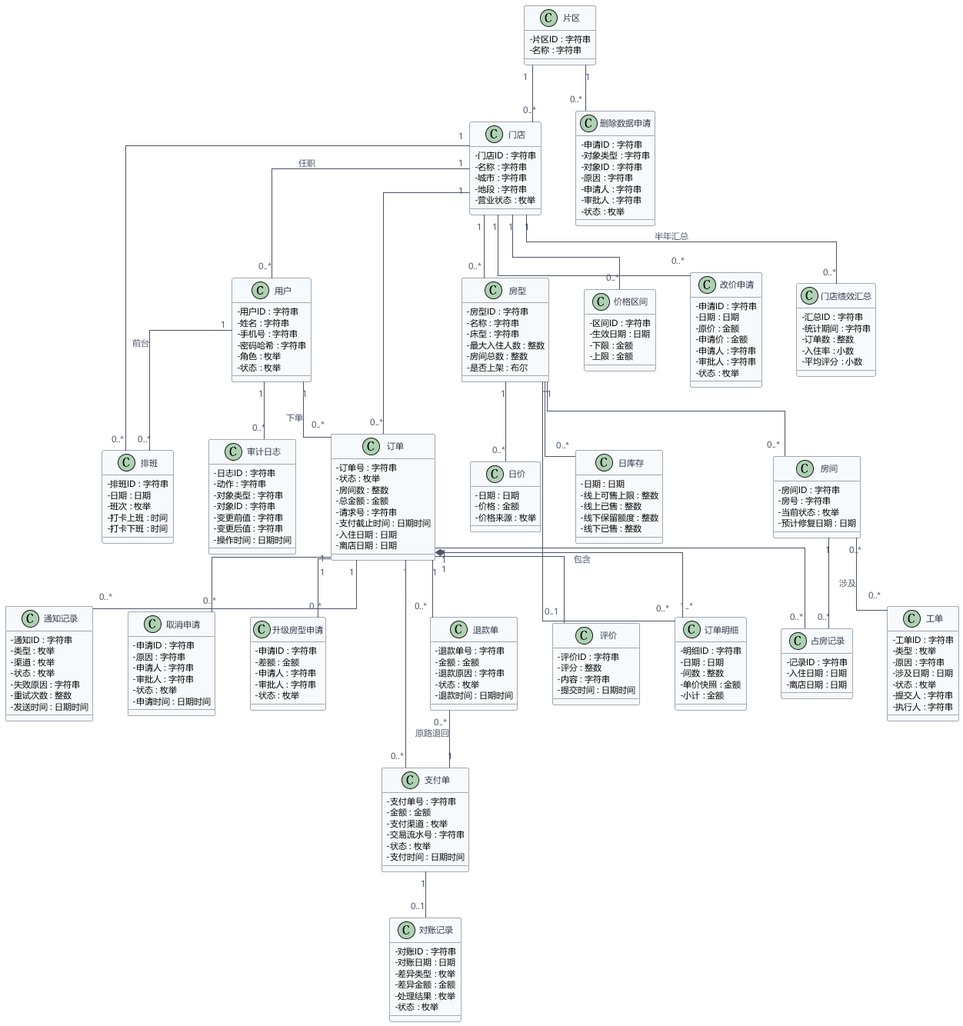
Above: UML/UML类图.png in ruzhai/software-engineering-labs (PlantUML), before the change. Source of this version:
```plantuml
@startuml UML类图
skinparam defaultFontName "Microsoft YaHei"
skinparam classAttributeIconSize 0
skinparam shadowing false
skinparam backgroundColor #FFFFFF
skinparam linetype ortho
skinparam ArrowColor #4A5568
skinparam ArrowFontColor #4A5568
skinparam ArrowFontSize 11
skinparam ClassBackgroundColor #F7FAFC
skinparam ClassBorderColor #4A5568
skinparam ClassFontColor #2D3748
skinparam ClassFontSize 13
skinparam ClassAttributeFontSize 11
skinparam PackageBackgroundColor #FFFFFF
skinparam PackageBorderColor #A0AEC0
skinparam PackageFontColor #2D3748
skinparam PackageFontSize 13
skinparam nodesep 45
skinparam ranksep 60

class 用户 {
  - 用户ID : 字符串
  - 姓名 : 字符串
  - 手机号 : 字符串
  - 密码哈希 : 字符串
  - 角色 : 枚举
  - 状态 : 枚举
}
class 排班 {
  - 排班ID : 字符串
  - 日期 : 日期
  - 班次 : 枚举
  - 打卡上班 : 时间
  - 打卡下班 : 时间
}

class 片区 {
  - 片区ID : 字符串
  - 名称 : 字符串
}
class 门店 {
  - 门店ID : 字符串
  - 名称 : 字符串
  - 城市 : 字符串
  - 地段 : 字符串
  - 营业状态 : 枚举
}
class 房型 {
  - 房型ID : 字符串
  - 名称 : 字符串
  - 床型 : 字符串
  - 最大入住人数 : 整数
  - 房间总数 : 整数
  - 是否上架 : 布尔
}
class 房间 {
  - 房间ID : 字符串
  - 房号 : 字符串
  - 当前状态 : 枚举
  - 预计修复日期 : 日期
}

class 日价 {
  - 日期 : 日期
  - 价格 : 金额
  - 价格来源 : 枚举
}
class 价格区间 {
  - 区间ID : 字符串
  - 生效日期 : 日期
  - 下限 : 金额
  - 上限 : 金额
}
class 改价申请 {
  - 申请ID : 字符串
  - 日期 : 日期
  - 原价 : 金额
  - 申请价 : 金额
  - 申请人 : 字符串
  - 审批人 : 字符串
  - 状态 : 枚举
}

class 日库存 {
  - 日期 : 日期
  - 线上可售上限 : 整数
  - 线上已售 : 整数
  - 线下保留额度 : 整数
  - 线下已售 : 整数
}

class 订单 {
  - 订单号 : 字符串
  - 状态 : 枚举
  - 房间数 : 整数
  - 总金额 : 金额
  - 请求号 : 字符串
  - 支付截止时间 : 日期时间
  - 入住日期 : 日期
  - 离店日期 : 日期
}
class 订单明细 {
  - 明细ID : 字符串
  - 日期 : 日期
  - 间数 : 整数
  - 单价快照 : 金额
  - 小计 : 金额
}
class 通知记录 {
  - 通知ID : 字符串
  - 类型 : 枚举
  - 渠道 : 枚举
  - 状态 : 枚举
  - 失败原因 : 字符串
  - 重试次数 : 整数
  - 发送时间 : 日期时间
}
class 取消申请 {
  - 申请ID : 字符串
  - 原因 : 字符串
  - 申请人 : 字符串
  - 审批人 : 字符串
  - 状态 : 枚举
  - 申请时间 : 日期时间
}
class 升级房型申请 {
  - 申请ID : 字符串
  - 差额 : 金额
  - 申请人 : 字符串
  - 审批人 : 字符串
  - 状态 : 枚举
}

class 支付单 {
  - 支付单号 : 字符串
  - 金额 : 金额
  - 支付渠道 : 枚举
  - 交易流水号 : 字符串
  - 状态 : 枚举
  - 支付时间 : 日期时间
}
class 退款单 {
  - 退款单号 : 字符串
  - 金额 : 金额
  - 退款原因 : 字符串
  - 状态 : 枚举
  - 退款时间 : 日期时间
}
class 对账记录 {
  - 对账ID : 字符串
  - 对账日期 : 日期
  - 差异类型 : 枚举
  - 差异金额 : 金额
  - 处理结果 : 枚举
  - 状态 : 枚举
}

class 占房记录 {
  - 记录ID : 字符串
  - 入住日期 : 日期
  - 离店日期 : 日期
}
class 工单 {
  - 工单ID : 字符串
  - 类型 : 枚举
  - 原因 : 字符串
  - 涉及日期 : 日期
  - 状态 : 枚举
  - 提交人 : 字符串
  - 执行人 : 字符串
}

class 评价 {
  - 评价ID : 字符串
  - 评分 : 整数
  - 内容 : 字符串
  - 提交时间 : 日期时间
}

class 审计日志 {
  - 日志ID : 字符串
  - 动作 : 字符串
  - 对象类型 : 字符串
  - 对象ID : 字符串
  - 变更前值 : 字符串
  - 变更后值 : 字符串
  - 操作时间 : 日期时间
}
class 删除数据申请 {
  - 申请ID : 字符串
  - 对象类型 : 字符串
  - 对象ID : 字符串
  - 原因 : 字符串
  - 申请人 : 字符串
  - 审批人 : 字符串
  - 状态 : 枚举
}
class 门店绩效汇总 {
  - 汇总ID : 字符串
  - 统计期间 : 字符串
  - 订单数 : 整数
  - 入住率 : 小数
  - 平均评分 : 小数
}

片区 "1" -down- "0..*" 门店
门店 "1" -down- "0..*" 用户 : 任职
门店 "1" -down- "0..*" 排班
用户 "1" -down- "0..*" 排班 : 前台
门店 "1" -down- "0..*" 房型
房型 "1" -down- "0..*" 房间
房型 "1" -down- "0..*" 日价
房型 "1" -down- "0..*" 日库存
门店 "1" -down- "0..*" 价格区间
用户 "1" -down- "0..*" 订单 : 下单
门店 "1" -down- "0..*" 订单
订单 "1" *-- "1..*" 订单明细 : 包含
房型 "1" -down- "0..*" 订单明细
订单 "1" -down- "0..*" 占房记录
房间 "1" -down- "0..*" 占房记录
订单 "1" -down- "0..*" 支付单
订单 "1" -down- "0..*" 退款单
订单 "1" -down- "0..1" 评价
订单 "1" -down- "0..*" 通知记录
房间 "0..*" -down- "0..*" 工单 : 涉及
门店 "1" -down- "0..*" 改价申请
订单 "1" -down- "0..*" 取消申请
订单 "1" -down- "0..*" 升级房型申请
片区 "1" -down- "0..*" 删除数据申请
用户 "1" -down- "0..*" 审计日志
门店 "1" -down- "0..*" 门店绩效汇总 : 半年汇总
支付单 "1" -down- "0..1" 对账记录
退款单 "0..*" -- "1" 支付单 : 原路退回
@enduml
```
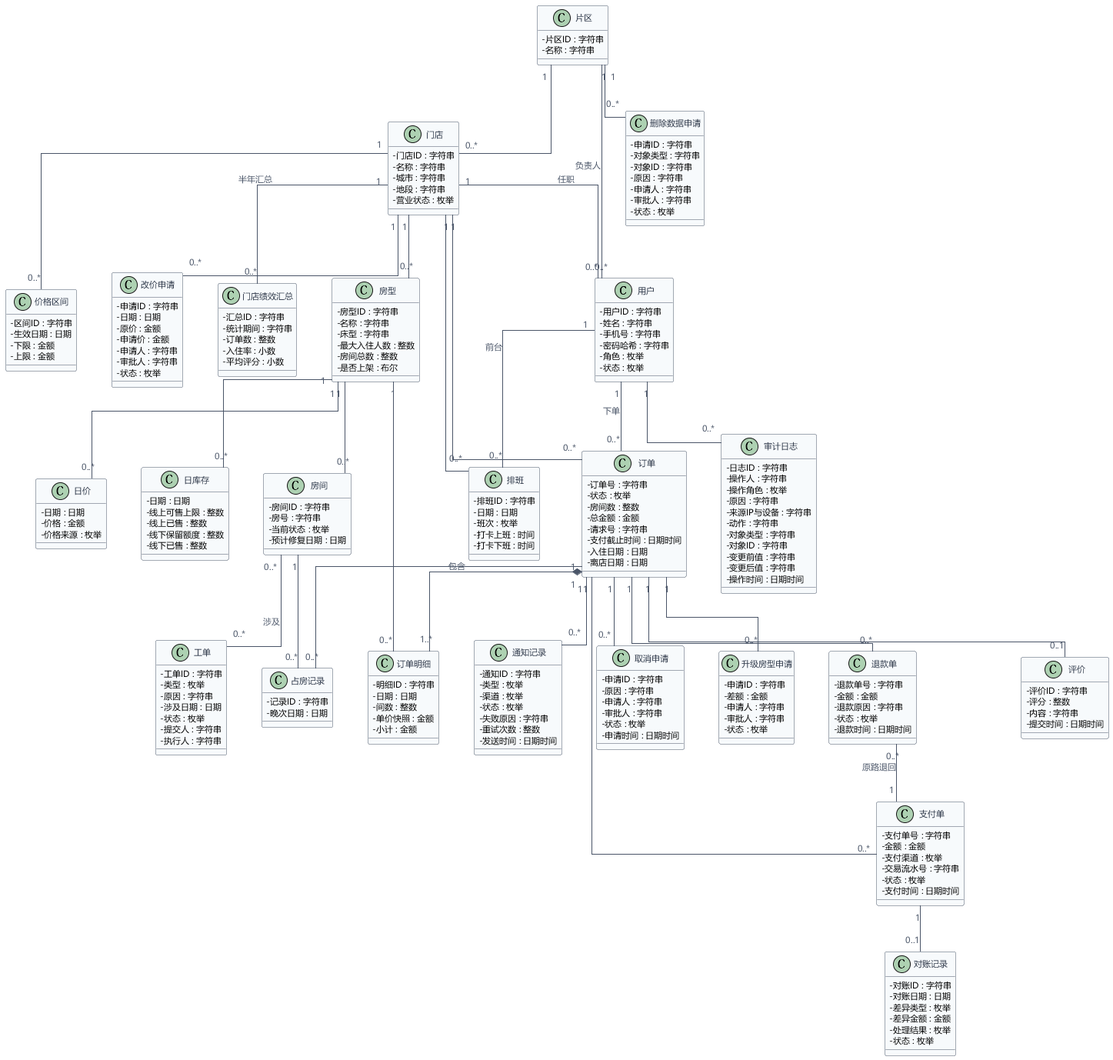
After the change.

Diff of the diagram source:
```diff
@@ -158,8 +158,7 @@
 
 class 占房记录 {
   - 记录ID : 字符串
-  - 入住日期 : 日期
-  - 离店日期 : 日期
+  - 晚次日期 : 日期
 }
 class 工单 {
   - 工单ID : 字符串
@@ -180,6 +179,10 @@
 
 class 审计日志 {
   - 日志ID : 字符串
+  - 操作人 : 字符串
+  - 操作角色 : 枚举
+  - 原因 : 字符串
+  - 来源IP与设备 : 字符串
   - 动作 : 字符串
   - 对象类型 : 字符串
   - 对象ID : 字符串
@@ -205,6 +208,7 @@
 }
 
 片区 "1" -down- "0..*" 门店
+片区 "1" -down- "0..*" 用户 : 负责人
 门店 "1" -down- "0..*" 用户 : 任职
 门店 "1" -down- "0..*" 排班
 用户 "1" -down- "0..*" 排班 : 前台
```
